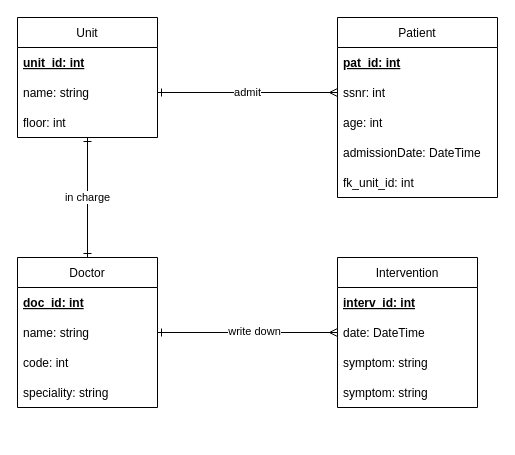
This is page "UML" (3 of 3) of Philipp/02_healthcenter.drawio from mastapetz/BE16-DBDev-DAY1-Peter-Philipp, a draw.io file, before an edit. Source tidied: cells renumbered, new cells numbered last; positions are measured from the earlier drawing's top-left corner, leaving out a move shared by most shapes. Both pictures are drawn from the tidied source at 100%, with x=0, y=0 at pixel (17, 17).
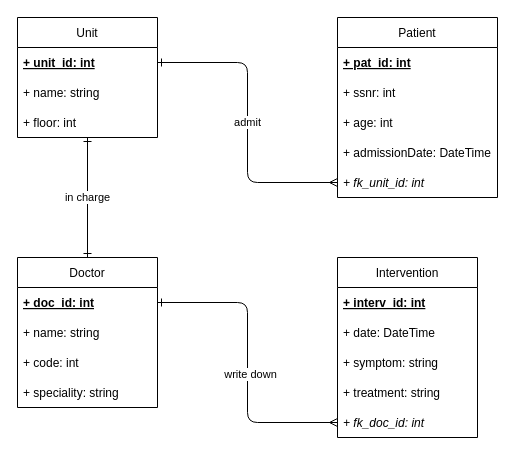
The same diagram, later.

The change refers to these unchanged cells:
```xml
<mxCell id="8" value="Doctor" style="swimlane;fontStyle=0;horizontal=1;startSize=30;" parent="1" vertex="1">
  <mxGeometry y="240" width="140" height="150" as="geometry" />
</mxCell>
<mxCell id="13" value="Patient" style="swimlane;fontStyle=0;horizontal=1;startSize=30;" parent="1" vertex="1">
  <mxGeometry x="320" width="160" height="180" as="geometry" />
</mxCell>
<mxCell id="19" value="Unit" style="swimlane;fontStyle=0;horizontal=1;startSize=30;" parent="1" vertex="1">
  <mxGeometry width="140" height="120" as="geometry" />
</mxCell>
```

What changed in the source:
```diff
@@
     <mxCell id="2" value="Intervention" style="swimlane;fontStyle=0;horizontal=1;startSize=30;" parent="1" vertex="1">
-      <mxGeometry x="320" y="240" width="140" height="150" as="geometry" />
+      <mxGeometry x="320" y="240" width="140" height="180" as="geometry" />
     </mxCell>
-    <mxCell id="3" value="interv_id: int" style="text;strokeColor=none;fillColor=none;align=left;verticalAlign=middle;spacingLeft=4;spacingRight=4;overflow=hidden;fontStyle=5;" parent="2" vertex="1">
+    <mxCell id="3" value="+ interv_id: int" style="text;strokeColor=none;fillColor=none;align=left;verticalAlign=middle;spacingLeft=4;spacingRight=4;overflow=hidden;fontStyle=5;" parent="2" vertex="1">
       <mxGeometry y="30" width="140" height="30" as="geometry" />
     </mxCell>
-    <mxCell id="4" value="date: DateTime" style="text;strokeColor=none;fillColor=none;align=left;verticalAlign=middle;spacingLeft=4;spacingRight=4;overflow=hidden;points=[[0,0.5],[1,0.5]];portConstraint=eastwest;" parent="2" vertex="1">
+    <mxCell id="4" value="+ date: DateTime" style="text;strokeColor=none;fillColor=none;align=left;verticalAlign=middle;spacingLeft=4;spacingRight=4;overflow=hidden;points=[[0,0.5],[1,0.5]];portConstraint=eastwest;" parent="2" vertex="1">
       <mxGeometry y="60" width="140" height="30" as="geometry" />
     </mxCell>
-    <mxCell id="5" value="symptom: string" style="text;strokeColor=none;fillColor=none;align=left;verticalAlign=middle;spacingLeft=4;spacingRight=4;overflow=hidden;" parent="2" vertex="1">
+    <mxCell id="5" value="+ symptom: string" style="text;strokeColor=none;fillColor=none;align=left;verticalAlign=middle;spacingLeft=4;spacingRight=4;overflow=hidden;" parent="2" vertex="1">
       <mxGeometry y="90" width="140" height="30" as="geometry" />
     </mxCell>
-    <mxCell id="6" value="symptom: string" style="text;strokeColor=none;fillColor=none;align=left;verticalAlign=middle;spacingLeft=4;spacingRight=4;overflow=hidden;" parent="2" vertex="1">
+    <mxCell id="6" value="+ treatment: string" style="text;strokeColor=none;fillColor=none;align=left;verticalAlign=middle;spacingLeft=4;spacingRight=4;overflow=hidden;" parent="2" vertex="1">
       <mxGeometry y="120" width="140" height="30" as="geometry" />
     </mxCell>
+    <mxCell id="26" value="+ fk_doc_id: int" style="text;strokeColor=none;fillColor=none;align=left;verticalAlign=middle;spacingLeft=4;spacingRight=4;overflow=hidden;points=[[0,0.5],[1,0.5]];portConstraint=eastwest;fontStyle=2;" parent="2" vertex="1">
+      <mxGeometry y="150" width="140" height="30" as="geometry" />
+    </mxCell>
@@
-    <mxCell id="9" value="doc_id: int" style="text;strokeColor=none;fillColor=none;align=left;verticalAlign=middle;spacingLeft=4;spacingRight=4;overflow=hidden;points=[[0,0.5],[1,0.5]];portConstraint=eastwest;fontStyle=5;" parent="8" vertex="1">
+    <mxCell id="9" value="+ doc_id: int" style="text;strokeColor=none;fillColor=none;align=left;verticalAlign=middle;spacingLeft=4;spacingRight=4;overflow=hidden;points=[[0,0.5],[1,0.5]];portConstraint=eastwest;fontStyle=5;" parent="8" vertex="1">
       <mxGeometry y="30" width="140" height="30" as="geometry" />
     </mxCell>
-    <mxCell id="10" value="name: string" style="text;strokeColor=none;fillColor=none;align=left;verticalAlign=middle;spacingLeft=4;spacingRight=4;overflow=hidden;points=[[0,0.5],[1,0.5]];portConstraint=eastwest;" parent="8" vertex="1">
+    <mxCell id="10" value="+ name: string" style="text;strokeColor=none;fillColor=none;align=left;verticalAlign=middle;spacingLeft=4;spacingRight=4;overflow=hidden;points=[[0,0.5],[1,0.5]];portConstraint=eastwest;" parent="8" vertex="1">
       <mxGeometry y="60" width="140" height="30" as="geometry" />
     </mxCell>
-    <mxCell id="11" value="code: int" style="text;strokeColor=none;fillColor=none;align=left;verticalAlign=middle;spacingLeft=4;spacingRight=4;overflow=hidden;" parent="8" vertex="1">
+    <mxCell id="11" value="+ code: int" style="text;strokeColor=none;fillColor=none;align=left;verticalAlign=middle;spacingLeft=4;spacingRight=4;overflow=hidden;" parent="8" vertex="1">
       <mxGeometry y="90" width="140" height="30" as="geometry" />
     </mxCell>
-    <mxCell id="12" value="speciality: string" style="text;strokeColor=none;fillColor=none;align=left;verticalAlign=middle;spacingLeft=4;spacingRight=4;overflow=hidden;" parent="8" vertex="1">
+    <mxCell id="12" value="+ speciality: string" style="text;strokeColor=none;fillColor=none;align=left;verticalAlign=middle;spacingLeft=4;spacingRight=4;overflow=hidden;" parent="8" vertex="1">
       <mxGeometry y="120" width="140" height="30" as="geometry" />
     </mxCell>
@@
-    <mxCell id="14" value="pat_id: int" style="text;strokeColor=none;fillColor=none;align=left;verticalAlign=middle;spacingLeft=4;spacingRight=4;overflow=hidden;fontStyle=5;" parent="13" vertex="1">
+    <mxCell id="14" value="+ pat_id: int" style="text;strokeColor=none;fillColor=none;align=left;verticalAlign=middle;spacingLeft=4;spacingRight=4;overflow=hidden;fontStyle=5;" parent="13" vertex="1">
       <mxGeometry y="30" width="160" height="30" as="geometry" />
     </mxCell>
-    <mxCell id="15" value="ssnr: int" style="text;strokeColor=none;fillColor=none;align=left;verticalAlign=middle;spacingLeft=4;spacingRight=4;overflow=hidden;points=[[0,0.5],[1,0.5]];portConstraint=eastwest;" parent="13" vertex="1">
+    <mxCell id="15" value="+ ssnr: int" style="text;strokeColor=none;fillColor=none;align=left;verticalAlign=middle;spacingLeft=4;spacingRight=4;overflow=hidden;points=[[0,0.5],[1,0.5]];portConstraint=eastwest;" parent="13" vertex="1">
       <mxGeometry y="60" width="160" height="30" as="geometry" />
     </mxCell>
-    <mxCell id="16" value="age: int" style="text;strokeColor=none;fillColor=none;align=left;verticalAlign=middle;spacingLeft=4;spacingRight=4;overflow=hidden;" parent="13" vertex="1">
+    <mxCell id="16" value="+ age: int" style="text;strokeColor=none;fillColor=none;align=left;verticalAlign=middle;spacingLeft=4;spacingRight=4;overflow=hidden;" parent="13" vertex="1">
       <mxGeometry y="90" width="160" height="30" as="geometry" />
     </mxCell>
-    <mxCell id="17" value="admissionDate: DateTime" style="text;strokeColor=none;fillColor=none;align=left;verticalAlign=middle;spacingLeft=4;spacingRight=4;overflow=hidden;" parent="13" vertex="1">
+    <mxCell id="17" value="+ admissionDate: DateTime" style="text;strokeColor=none;fillColor=none;align=left;verticalAlign=middle;spacingLeft=4;spacingRight=4;overflow=hidden;" parent="13" vertex="1">
       <mxGeometry y="120" width="160" height="30" as="geometry" />
     </mxCell>
-    <mxCell id="18" value="fk_unit_id: int" style="text;strokeColor=none;fillColor=none;align=left;verticalAlign=middle;spacingLeft=4;spacingRight=4;overflow=hidden;points=[[0,0.5],[1,0.5]];portConstraint=eastwest;" parent="13" vertex="1">
+    <mxCell id="18" value="+ fk_unit_id: int" style="text;strokeColor=none;fillColor=none;align=left;verticalAlign=middle;spacingLeft=4;spacingRight=4;overflow=hidden;points=[[0,0.5],[1,0.5]];portConstraint=eastwest;fontStyle=2;" parent="13" vertex="1">
       <mxGeometry y="150" width="160" height="30" as="geometry" />
     </mxCell>
@@
-    <mxCell id="20" value="unit_id: int" style="text;strokeColor=none;fillColor=none;align=left;verticalAlign=middle;spacingLeft=4;spacingRight=4;overflow=hidden;points=[[0,0.5],[1,0.5]];portConstraint=eastwest;fontStyle=5;" parent="19" vertex="1">
+    <mxCell id="20" value="+ unit_id: int" style="text;strokeColor=none;fillColor=none;align=left;verticalAlign=middle;spacingLeft=4;spacingRight=4;overflow=hidden;points=[[0,0.5],[1,0.5]];portConstraint=eastwest;fontStyle=5;" parent="19" vertex="1">
       <mxGeometry y="30" width="140" height="30" as="geometry" />
     </mxCell>
-    <mxCell id="21" value="name: string" style="text;strokeColor=none;fillColor=none;align=left;verticalAlign=middle;spacingLeft=4;spacingRight=4;overflow=hidden;points=[[0,0.5],[1,0.5]];portConstraint=eastwest;" parent="19" vertex="1">
+    <mxCell id="21" value="+ name: string" style="text;strokeColor=none;fillColor=none;align=left;verticalAlign=middle;spacingLeft=4;spacingRight=4;overflow=hidden;points=[[0,0.5],[1,0.5]];portConstraint=eastwest;" parent="19" vertex="1">
       <mxGeometry y="60" width="140" height="30" as="geometry" />
     </mxCell>
-    <mxCell id="22" value="floor: int" style="text;strokeColor=none;fillColor=none;align=left;verticalAlign=middle;spacingLeft=4;spacingRight=4;overflow=hidden;points=[[0,0.5],[1,0.5]];portConstraint=eastwest;" parent="19" vertex="1">
+    <mxCell id="22" value="+ floor: int" style="text;strokeColor=none;fillColor=none;align=left;verticalAlign=middle;spacingLeft=4;spacingRight=4;overflow=hidden;points=[[0,0.5],[1,0.5]];portConstraint=eastwest;" parent="19" vertex="1">
       <mxGeometry y="90" width="140" height="30" as="geometry" />
     </mxCell>
-    <mxCell id="23" value="admit" style="edgeStyle=none;html=1;entryX=0;entryY=0.5;entryDx=0;entryDy=0;startArrow=ERone;startFill=0;endArrow=ERmany;endFill=0;" parent="1" edge="1" source="21" target="15">
+    <mxCell id="23" value="admit" style="edgeStyle=orthogonalEdgeStyle;html=1;entryX=0;entryY=0.5;entryDx=0;entryDy=0;startArrow=ERone;startFill=0;endArrow=ERmany;endFill=0;exitX=1;exitY=0.5;exitDx=0;exitDy=0;" parent="1" edge="1" source="20" target="18">
       <mxGeometry relative="1" as="geometry" />
     </mxCell>
-    <mxCell id="24" style="edgeStyle=none;html=1;startArrow=ERone;startFill=0;endArrow=ERmany;endFill=0;" parent="1" edge="1" source="10" target="4">
+    <mxCell id="24" style="edgeStyle=orthogonalEdgeStyle;html=1;startArrow=ERone;startFill=0;endArrow=ERmany;endFill=0;exitX=1;exitY=0.5;exitDx=0;exitDy=0;entryX=0;entryY=0.5;entryDx=0;entryDy=0;" parent="1" edge="1" source="9" target="26">
       <mxGeometry relative="1" as="geometry" />
     </mxCell>
```
